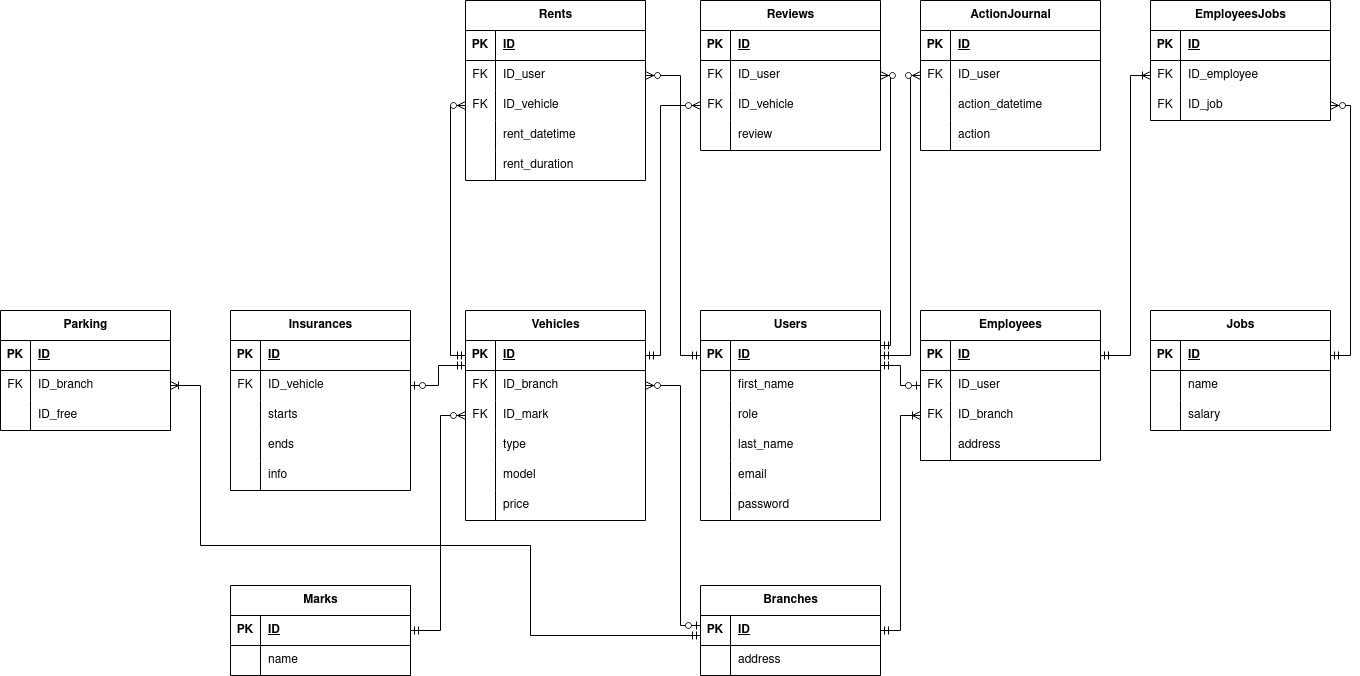
This is Entities.png from Ma3yTuK/CarRentDB, a draw.io export, as it was before one commit. Source tidied: cells renumbered, new cells last; positions are measured from the earlier drawing's top-left corner, leaving out a move shared by most shapes.
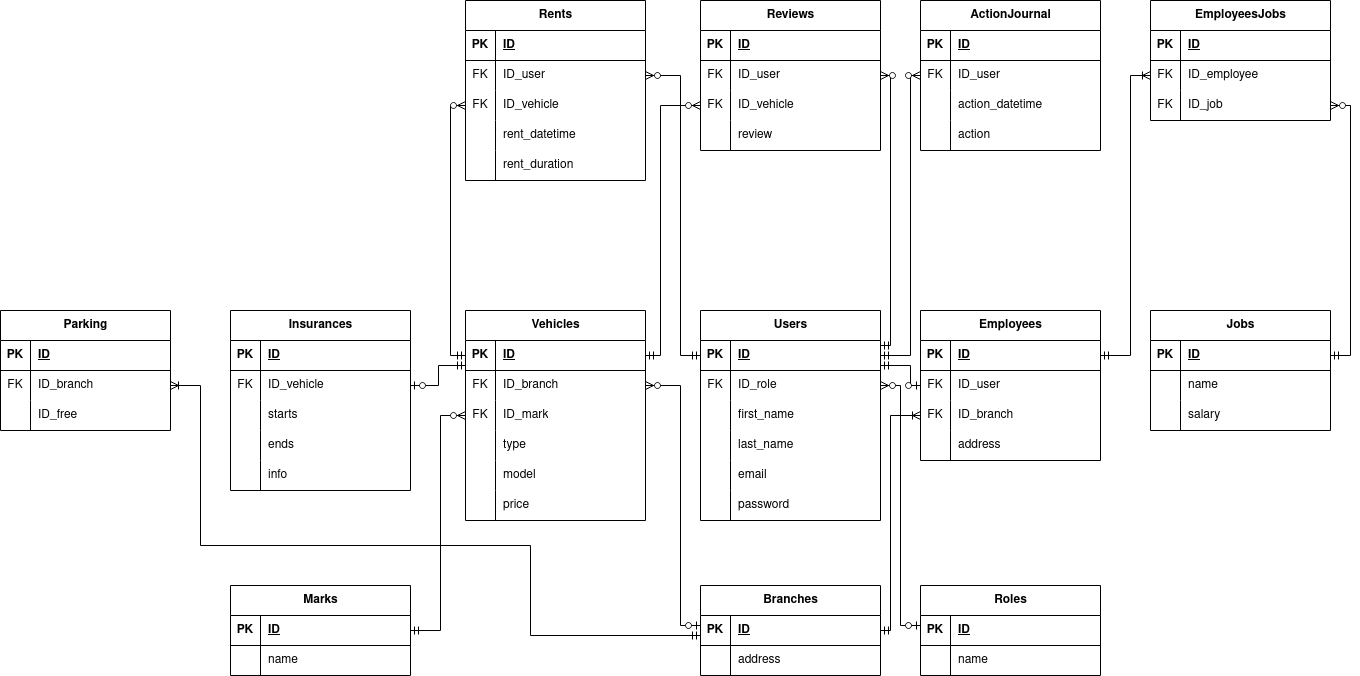
Above is the later version.

What changed in the source:
```diff
@@ -56,10 +56,10 @@
     <mxCell id="19" style="shape=tableRow;horizontal=0;startSize=0;swimlaneHead=0;swimlaneBody=0;fillColor=none;points=[[0,0.5],[1,0.5]];portConstraint=eastwest;top=0;left=0;right=0;bottom=0;" parent="15" vertex="1">
       <mxGeometry y="60" width="180" height="30" as="geometry" />
     </mxCell>
-    <mxCell id="20" style="shape=partialRectangle;fillColor=none;top=0;left=0;bottom=0;right=0;overflow=hidden;whiteSpace=wrap;html=1;" parent="19" vertex="1">
+    <mxCell id="20" value="FK" style="shape=partialRectangle;fillColor=none;top=0;left=0;bottom=0;right=0;overflow=hidden;whiteSpace=wrap;html=1;" parent="19" vertex="1">
       <mxGeometry width="30" height="30" as="geometry" />
     </mxCell>
-    <mxCell id="21" value="first_name" style="shape=partialRectangle;fillColor=none;top=0;left=0;bottom=0;right=0;align=left;spacingLeft=6;overflow=hidden;whiteSpace=wrap;html=1;" parent="19" vertex="1">
+    <mxCell id="21" value="ID_role" style="shape=partialRectangle;fillColor=none;top=0;left=0;bottom=0;right=0;align=left;spacingLeft=6;overflow=hidden;whiteSpace=wrap;html=1;" parent="19" vertex="1">
       <mxGeometry x="30" width="150" height="30" as="geometry" />
     </mxCell>
     <mxCell id="22" style="shape=tableRow;horizontal=0;startSize=0;swimlaneHead=0;swimlaneBody=0;fillColor=none;top=0;left=0;right=0;bottom=0;" parent="15" vertex="1">
@@ -68,7 +68,7 @@
     <mxCell id="23" style="shape=partialRectangle;fillColor=none;top=0;left=0;bottom=0;right=0;overflow=hidden;whiteSpace=wrap;html=1;" parent="22" vertex="1">
       <mxGeometry width="30" height="30" as="geometry" />
     </mxCell>
-    <mxCell id="24" value="role" style="shape=partialRectangle;fillColor=none;top=0;left=0;bottom=0;right=0;align=left;spacingLeft=6;overflow=hidden;whiteSpace=wrap;html=1;" parent="22" vertex="1">
+    <mxCell id="24" value="&lt;div&gt;first_name&lt;/div&gt;" style="shape=partialRectangle;fillColor=none;top=0;left=0;bottom=0;right=0;align=left;spacingLeft=6;overflow=hidden;whiteSpace=wrap;html=1;" parent="22" vertex="1">
       <mxGeometry x="30" width="150" height="30" as="geometry" />
     </mxCell>
     <mxCell id="25" style="shape=tableRow;horizontal=0;startSize=0;swimlaneHead=0;swimlaneBody=0;fillColor=none;top=0;left=0;right=0;bottom=0;" parent="15" vertex="1">
@@ -461,8 +461,8 @@
     <mxCell id="144" style="edgeStyle=orthogonalEdgeStyle;fontSize=12;html=1;endArrow=ERoneToMany;startArrow=ERmandOne;rounded=0;" parent="1" edge="1" source="96" target="9">
       <mxGeometry relative="1" as="geometry">
         <Array as="points">
-          <mxPoint x="900" y="630" />
-          <mxPoint x="900" y="415" />
+          <mxPoint x="890" y="630" />
+          <mxPoint x="890" y="415" />
         </Array>
       </mxGeometry>
     </mxCell>
@@ -479,8 +479,8 @@
     <mxCell id="146" style="edgeStyle=orthogonalEdgeStyle;fontSize=12;html=1;endArrow=ERzeroToOne;startArrow=ERmandOne;rounded=0;" parent="1" edge="1" source="16" target="6">
       <mxGeometry relative="1" as="geometry">
         <Array as="points">
-          <mxPoint x="900" y="365" />
-          <mxPoint x="900" y="385" />
+          <mxPoint x="910" y="365" />
+          <mxPoint x="910" y="385" />
         </Array>
       </mxGeometry>
     </mxCell>
@@ -567,5 +567,34 @@
         </Array>
       </mxGeometry>
     </mxCell>
+    <mxCell id="168" value="Roles" style="shape=table;startSize=30;rowLines=0;fontStyle=1;align=center;html=1;" parent="1" vertex="1">
+      <mxGeometry x="920" y="585" width="180" height="90" as="geometry" />
+    </mxCell>
+    <mxCell id="169" style="shape=tableRow;horizontal=0;startSize=0;swimlaneHead=0;swimlaneBody=0;fillColor=none;points=[[0,0.5],[1,0.5]];portConstraint=eastwest;top=0;left=0;right=0;bottom=1;" parent="168" vertex="1">
+      <mxGeometry y="30" width="180" height="30" as="geometry" />
+    </mxCell>
+    <mxCell id="170" value="PK" style="shape=partialRectangle;fillColor=none;top=0;left=0;bottom=0;right=0;fontStyle=1;overflow=hidden;whiteSpace=wrap;html=1;" parent="169" vertex="1">
+      <mxGeometry width="30" height="30" as="geometry" />
+    </mxCell>
+    <mxCell id="171" value="ID" style="shape=partialRectangle;fillColor=none;top=0;left=0;bottom=0;right=0;align=left;spacingLeft=6;fontStyle=5;overflow=hidden;whiteSpace=wrap;html=1;" parent="169" vertex="1">
+      <mxGeometry x="30" width="150" height="30" as="geometry" />
+    </mxCell>
+    <mxCell id="172" style="shape=tableRow;horizontal=0;startSize=0;swimlaneHead=0;swimlaneBody=0;fillColor=none;top=0;left=0;right=0;bottom=0;" parent="168" vertex="1">
+      <mxGeometry y="60" width="180" height="30" as="geometry" />
+    </mxCell>
+    <mxCell id="173" style="shape=partialRectangle;fillColor=none;top=0;left=0;bottom=0;right=0;overflow=hidden;whiteSpace=wrap;html=1;" parent="172" vertex="1">
+      <mxGeometry width="30" height="30" as="geometry" />
+    </mxCell>
+    <mxCell id="174" value="&lt;div&gt;name&lt;/div&gt;" style="shape=partialRectangle;fillColor=none;top=0;left=0;bottom=0;right=0;align=left;spacingLeft=6;overflow=hidden;whiteSpace=wrap;html=1;" parent="172" vertex="1">
+      <mxGeometry x="30" width="150" height="30" as="geometry" />
+    </mxCell>
+    <mxCell id="175" style="edgeStyle=orthogonalEdgeStyle;fontSize=12;html=1;endArrow=ERzeroToMany;startArrow=ERzeroToOne;rounded=0;" parent="1" edge="1" source="169" target="19">
+      <mxGeometry relative="1" as="geometry">
+        <Array as="points">
+          <mxPoint x="900" y="625" />
+          <mxPoint x="900" y="385" />
+        </Array>
+      </mxGeometry>
+    </mxCell>
   </root>
 </mxGraphModel>
```
